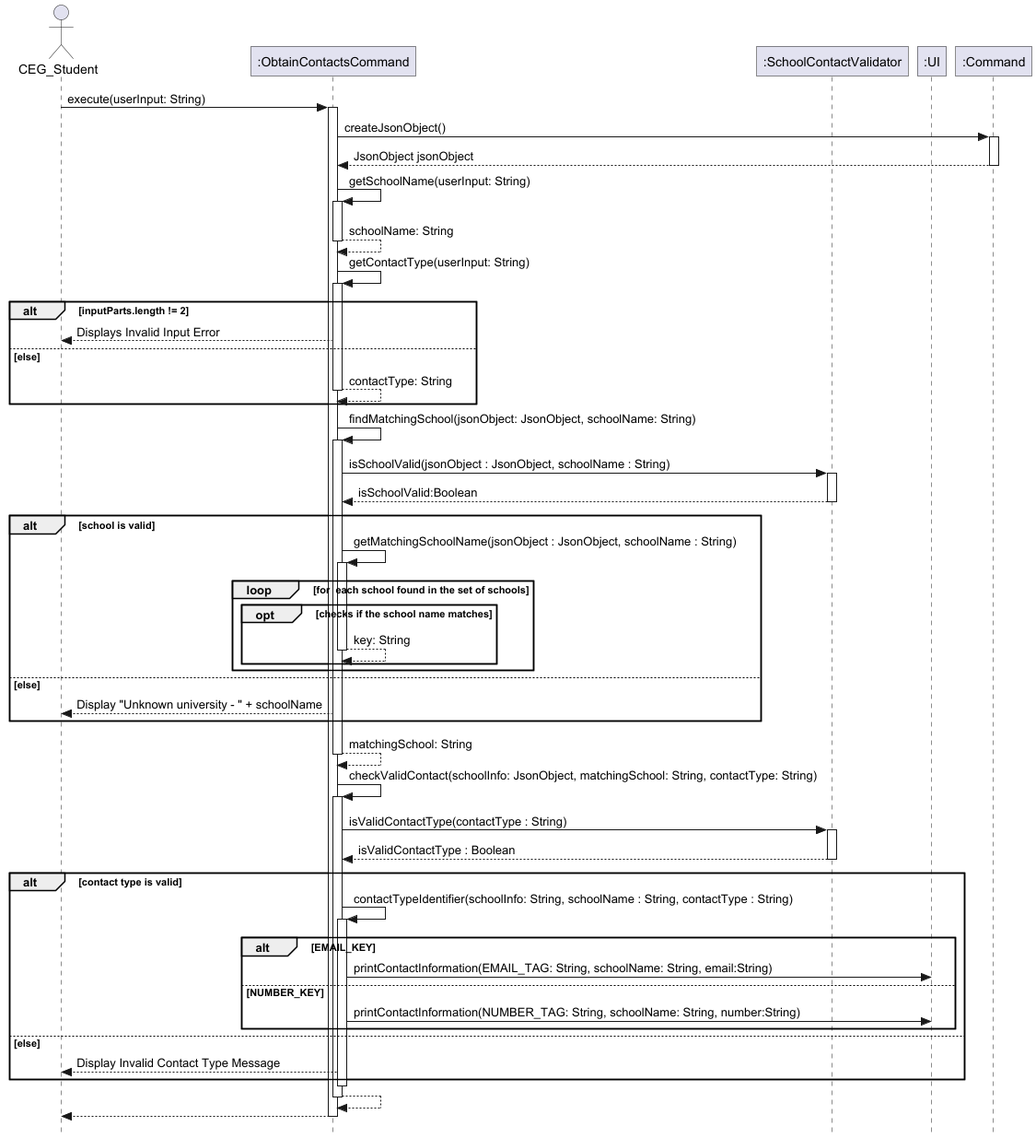
Above: docs/images/ObtainContactsCommand.png in nus-cs2113-AY2425S1/tp (PlantUML), before the change.
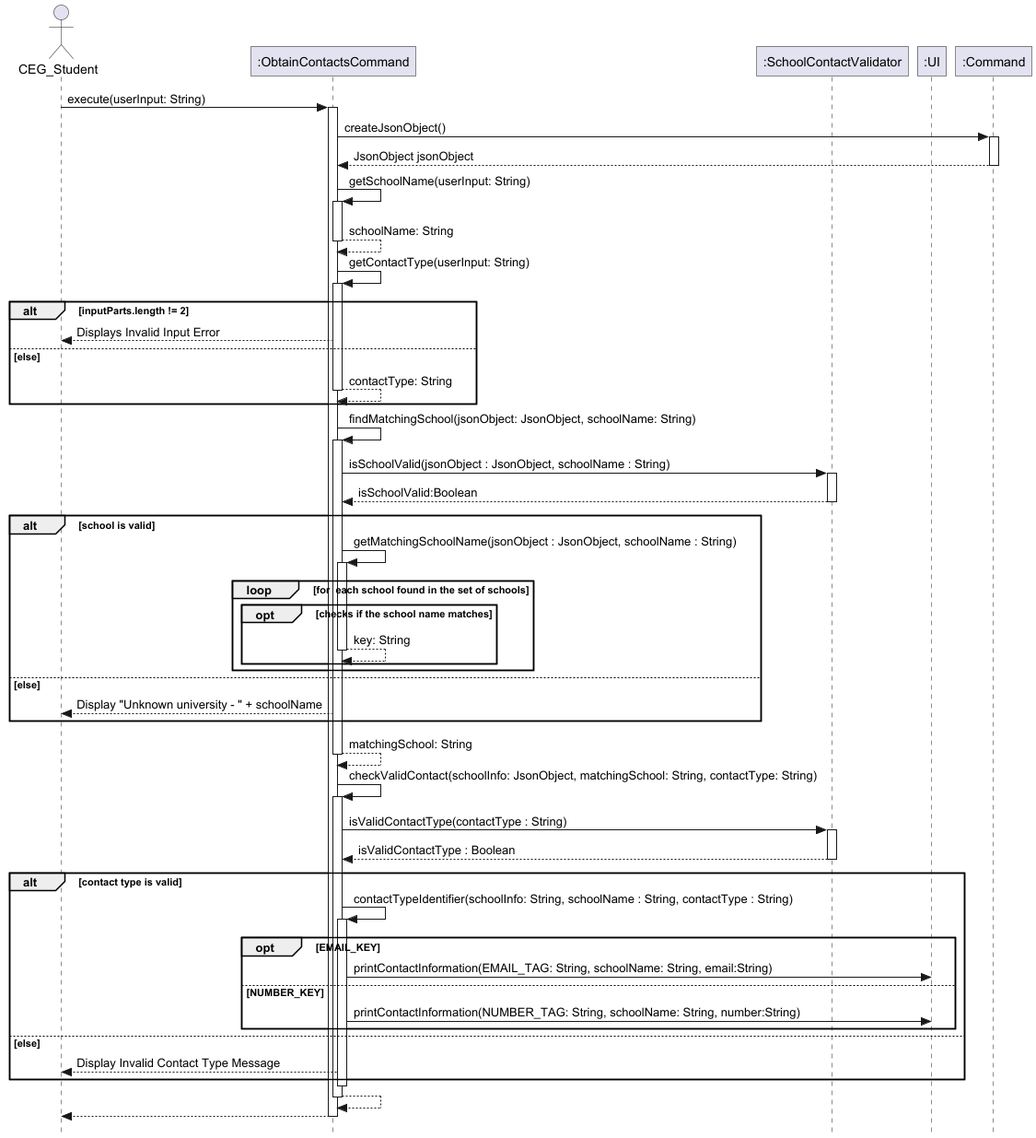
The same file after the commit.

The edit, as a diff of the source:
```diff
@@ -37,17 +37,20 @@
 
 ObtainContactsCommand -> SchoolContactValidator: isSchoolValid(jsonObject : JsonObject, schoolName : String)
 activate SchoolContactValidator
+
 SchoolContactValidator --> ObtainContactsCommand: isSchoolValid:Boolean
 deactivate SchoolContactValidator
 
 alt school is valid
     ObtainContactsCommand -> ObtainContactsCommand: getMatchingSchoolName(jsonObject : JsonObject, schoolName : String)
     activate ObtainContactsCommand
+
     loop for  each school found in the set of schools
         opt checks if the school name matches
             return key: String
         end
     end
+
 else else
         ObtainContactsCommand --> CEG_Student: Display "Unknown university - " + schoolName
 end
@@ -67,17 +70,20 @@
     ObtainContactsCommand -> ObtainContactsCommand: contactTypeIdentifier(schoolInfo: String, schoolName : String, contactType : String)
     activate ObtainContactsCommand
 
-    alt EMAIL_KEY
+    opt EMAIL_KEY
         ObtainContactsCommand -> UI: printContactInformation(EMAIL_TAG: String, schoolName: String, email:String)
     else NUMBER_KEY
         ObtainContactsCommand -> UI: printContactInformation(NUMBER_TAG: String, schoolName: String, number:String)
     end
+
 else else
     ObtainContactsCommand --> CEG_Student: Display Invalid Contact Type Message
 end
 
 deactivate ObtainContactsCommand
+
 ObtainContactsCommand --> ObtainContactsCommand
+
 deactivate ObtainContactsCommand
 
 ObtainContactsCommand --> CEG_Student
```
